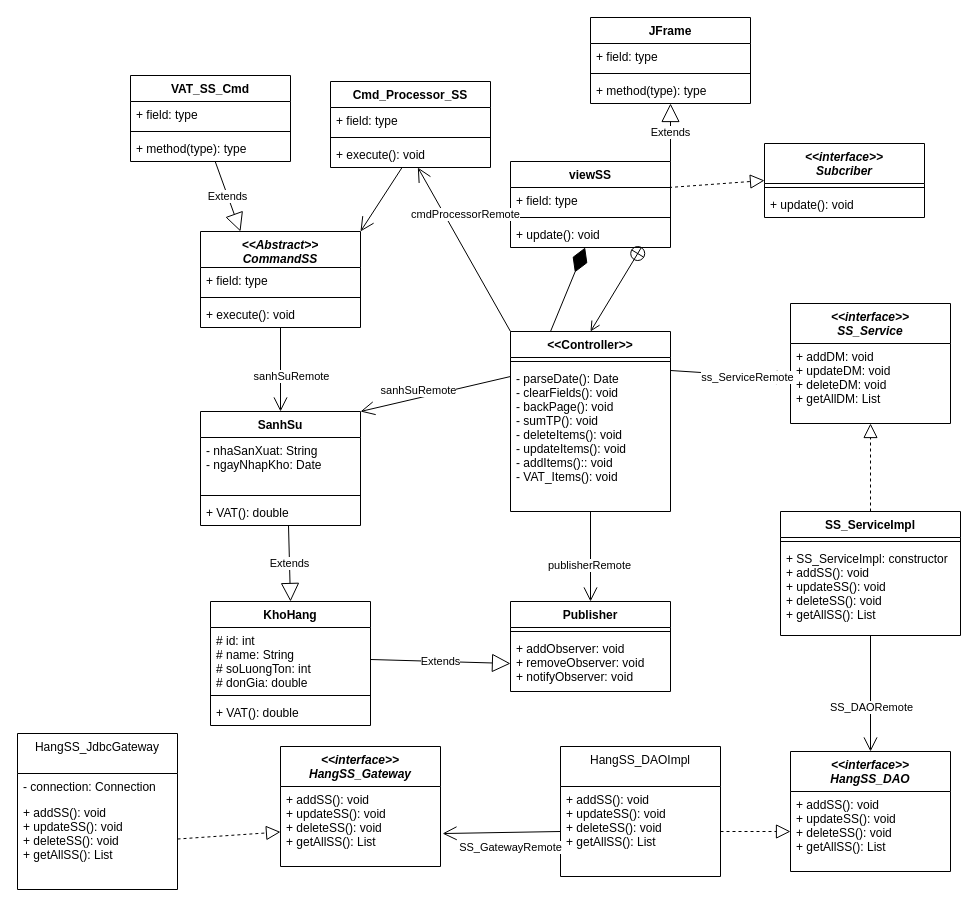
The draw.io diagram page "SanhSu" (4 of 11) of Diagrams.drawio in TMChi3n/DesignPattern, before the edit. Source tidied: cells renumbered, new cells numbered last; positions are measured from the earlier drawing's top-left corner, leaving out a move shared by most shapes. Both pictures are drawn from the tidied source at 100%, with x=0, y=0 at pixel (17, 17).
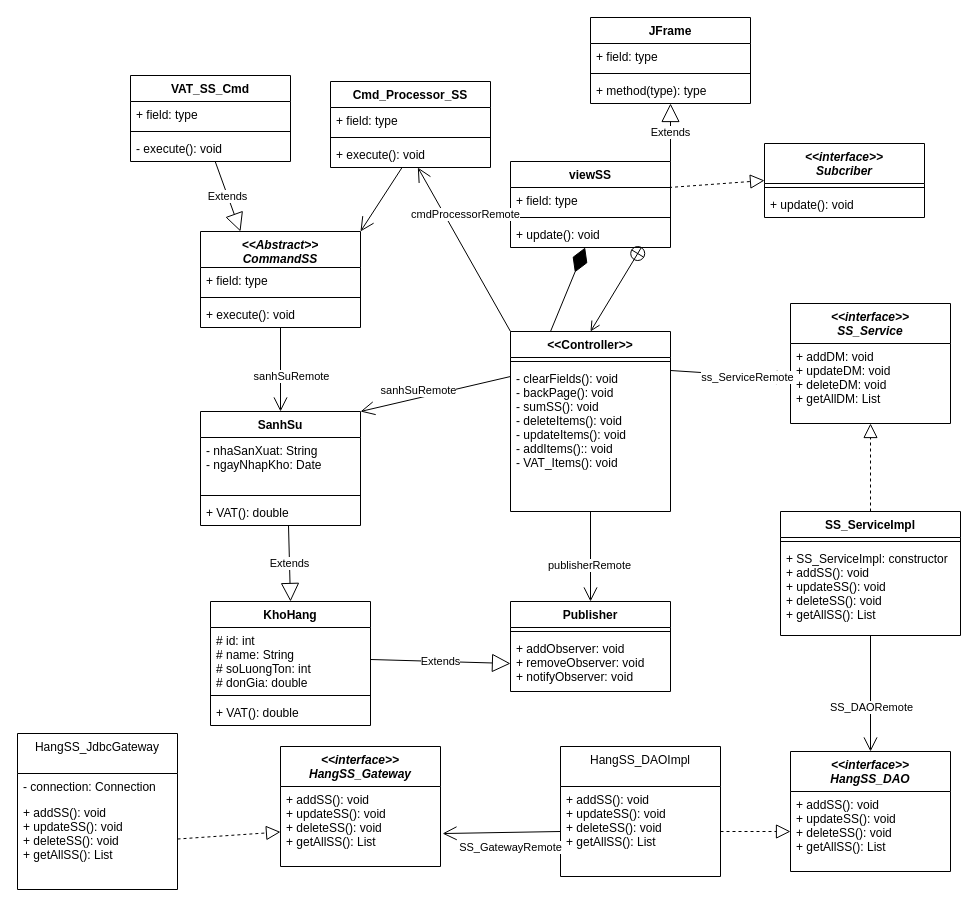
Above is the later version.

The change refers to these unchanged cells:
```xml
<mxCell id="23" value="SanhSu" style="swimlane;fontStyle=1;align=center;verticalAlign=top;horizontal=1;startSize=26;" parent="1" vertex="1">
  <mxGeometry x="183" y="394" width="160" height="114" as="geometry" />
</mxCell>
<mxCell id="39" value="&lt;&lt;Controller&gt;&gt;" style="swimlane;fontStyle=1;align=center;verticalAlign=top;horizontal=1;startSize=26;" parent="1" vertex="1">
  <mxGeometry x="493" y="314" width="160" height="180" as="geometry" />
</mxCell>
<mxCell id="67" value="VAT_SS_Cmd" style="swimlane;fontStyle=1;align=center;verticalAlign=top;horizontal=1;startSize=26;whiteSpace=wrap;html=1;" parent="1" vertex="1">
  <mxGeometry x="113" y="58" width="160" height="86" as="geometry" />
</mxCell>
```

The edit, as a diff of the source:
```diff
@@
-    <mxCell id="41" value="- parseDate(): Date&#10;- clearFields(): void&#10;- backPage(): void&#10;- sumTP(): void&#10;- deleteItems(): void&#10;- updateItems(): void&#10;- addItems():: void&#10;- VAT_Items(): void&#10;" style="text;strokeColor=none;fillColor=none;align=left;verticalAlign=top;spacingLeft=4;spacingRight=4;overflow=hidden;points=[[0,0.5],[1,0.5]];portConstraint=eastwest;" parent="39" vertex="1">
+    <mxCell id="41" value="- clearFields(): void&#10;- backPage(): void&#10;- sumSS(): void&#10;- deleteItems(): void&#10;- updateItems(): void&#10;- addItems():: void&#10;- VAT_Items(): void&#10;" style="text;strokeColor=none;fillColor=none;align=left;verticalAlign=top;spacingLeft=4;spacingRight=4;overflow=hidden;points=[[0,0.5],[1,0.5]];portConstraint=eastwest;" parent="39" vertex="1">
       <mxGeometry y="34" width="160" height="146" as="geometry" />
     </mxCell>
@@
-    <mxCell id="57" style="endArrow=open;endFill=1;endSize=12;html=1;rounded=0;exitX=0;exitY=0.25;exitDx=0;exitDy=0;entryX=1;entryY=0;entryDx=0;entryDy=0;" parent="1" edge="1" source="39" target="23">
+    <mxCell id="57" style="endArrow=open;endFill=1;endSize=12;html=1;exitX=0;exitY=0.25;exitDx=0;exitDy=0;entryX=1;entryY=0;entryDx=0;entryDy=0;" parent="1" edge="1" source="39" target="23">
       <mxGeometry relative="1" as="geometry" />
     </mxCell>
@@
-    <mxCell id="70" value="+ method(type): type" style="text;strokeColor=none;fillColor=none;align=left;verticalAlign=top;spacingLeft=4;spacingRight=4;overflow=hidden;points=[[0,0.5],[1,0.5]];portConstraint=eastwest;whiteSpace=wrap;html=1;" parent="67" vertex="1">
+    <mxCell id="70" value="- execute(): void" style="text;strokeColor=none;fillColor=none;align=left;verticalAlign=top;spacingLeft=4;spacingRight=4;overflow=hidden;points=[[0,0.5],[1,0.5]];portConstraint=eastwest;whiteSpace=wrap;html=1;" parent="67" vertex="1">
       <mxGeometry y="60" width="160" height="26" as="geometry" />
     </mxCell>
```
